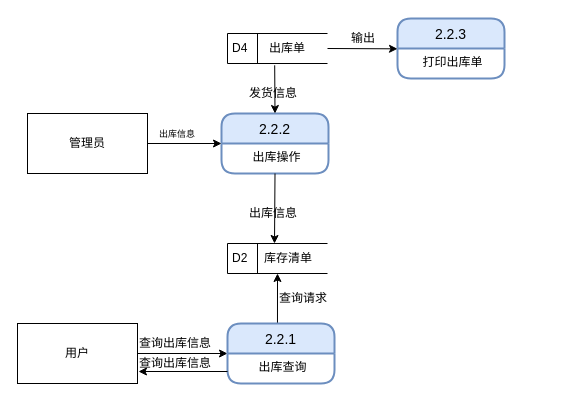
The draw.io diagram 出库管理子模块第二层数据流图.drawio in fancy5858/hello-world, before the edit. Source tidied: cells renumbered, new cells numbered last; positions are measured from the earlier drawing's top-left corner, leaving out a move shared by most shapes. Both pictures are drawn from the tidied source at 100%, with x=0, y=0 at pixel (17, 18).
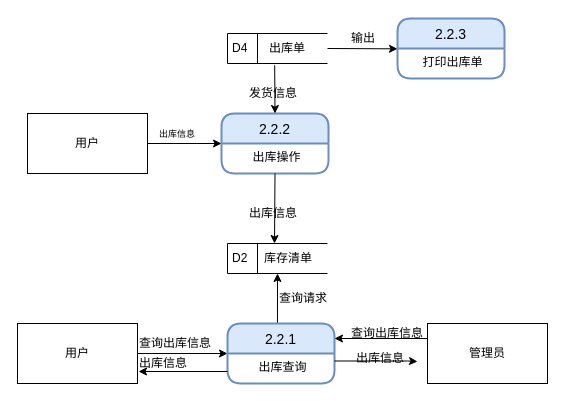
The same page after the edit.

Commit message:
Update 出库管理子模块第二层数据流图.drawio

Unchanged cells that the change refers to:
```xml
<mxCell id="22" value="2.2.1" style="swimlane;horizontal=1;startSize=30;rounded=1;fontSize=14;fontStyle=0;strokeWidth=2;shadow=0;dashed=0;align=center;fillColor=#dae8fc;strokeColor=#6c8ebf;" parent="1" vertex="1">
  <mxGeometry x="210" y="305" width="107" height="60" as="geometry" />
</mxCell>
<mxCell id="23" value="出库查询" style="align=center;strokeColor=none;fillColor=none;spacingLeft=4;fontSize=12;verticalAlign=top;" parent="22" vertex="1">
  <mxGeometry y="30" width="107" height="30" as="geometry" />
</mxCell>
```

Diff of the diagram source:
```diff
@@
-    <mxCell id="24" value="管理员" style="rounded=0;whiteSpace=wrap;html=1;" parent="1" vertex="1">
+    <mxCell id="24" value="用户" style="rounded=0;whiteSpace=wrap;html=1;" parent="1" vertex="1">
       <mxGeometry x="10" y="95" width="120" height="60" as="geometry" />
     </mxCell>
@@
-    <mxCell id="26" value="查询出库信息" style="text;html=1;align=left;verticalAlign=top;spacingTop=-4;" parent="1" vertex="1">
-      <mxGeometry x="120" y="335" width="90" height="20" as="geometry" />
+    <mxCell id="26" value="出库信息" style="text;html=1;align=left;verticalAlign=top;spacingTop=-4;" parent="1" vertex="1">
+      <mxGeometry x="120" y="335" width="60" height="20" as="geometry" />
     </mxCell>
@@
+    <mxCell id="28" style="edgeStyle=orthogonalEdgeStyle;rounded=0;jettySize=auto;html=1;exitX=0;exitY=0.25;exitDx=0;exitDy=0;entryX=1;entryY=0.25;entryDx=0;entryDy=0;" parent="1" edge="1" source="29" target="22">
+      <mxGeometry relative="1" as="geometry" />
+    </mxCell>
+    <mxCell id="29" value="管理员" style="rounded=0;whiteSpace=wrap;html=1;" parent="1" vertex="1">
+      <mxGeometry x="410" y="305" width="120" height="60" as="geometry" />
+    </mxCell>
+    <mxCell id="30" value="查询出库信息" style="text;html=1;align=left;verticalAlign=top;spacingTop=-4;" parent="1" vertex="1">
+      <mxGeometry x="332" y="305" width="90" height="20" as="geometry" />
+    </mxCell>
+    <mxCell id="31" style="edgeStyle=orthogonalEdgeStyle;rounded=0;jettySize=auto;html=1;exitX=1;exitY=0.25;exitDx=0;exitDy=0;" parent="1" edge="1" source="23">
+      <mxGeometry relative="1" as="geometry">
+        <mxPoint x="400" y="343" as="targetPoint" />
+        <Array as="points">
+          <mxPoint x="390" y="343" />
+          <mxPoint x="390" y="343" />
+        </Array>
+      </mxGeometry>
+    </mxCell>
+    <mxCell id="32" value="出库信息" style="text;html=1;align=left;verticalAlign=top;spacingTop=-4;" parent="1" vertex="1">
+      <mxGeometry x="337" y="330" width="60" height="20" as="geometry" />
+    </mxCell>
```
